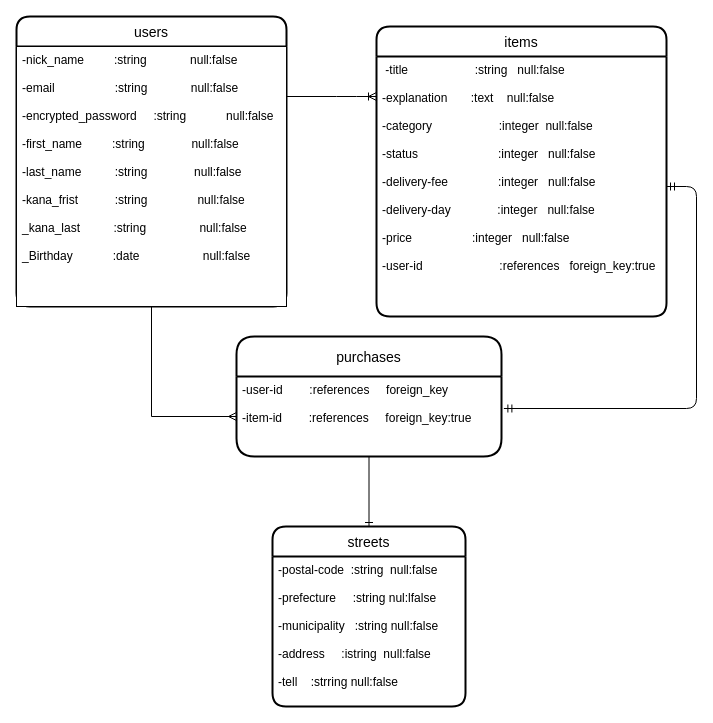
This is furima.dio from bloom-dream36/furima-32088, a draw.io file, before an edit. Source tidied: cells renumbered, new cells numbered last; positions are measured from the earlier drawing's top-left corner, leaving out a move shared by most shapes. Both pictures are drawn from the tidied source at 100%, with x=0, y=0 at pixel (16, 16).
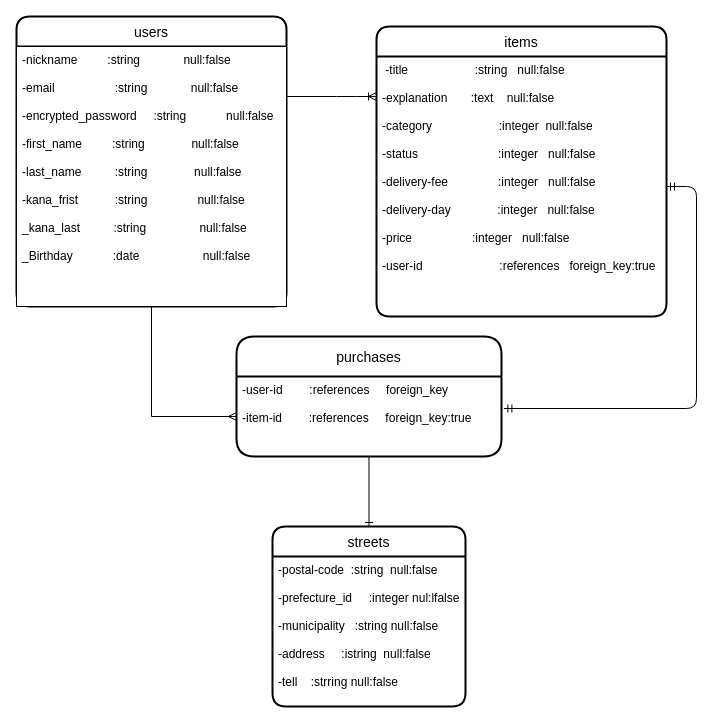
After the change.

Commit message (it also covers changes not shown here):
データベース　active_hash関連 修正

What changed in the source:
```diff
@@
 <mxGraphModel>
   <root>
     <mxCell id="0" />
     <mxCell id="1" parent="0" />
     <mxCell id="2" style="edgeStyle=orthogonalEdgeStyle;rounded=0;jettySize=auto;html=1;exitX=0.5;exitY=1;exitDx=0;exitDy=0;entryX=0;entryY=0.5;entryDx=0;entryDy=0;endArrow=ERmany;endFill=0;" parent="1" edge="1" source="6" target="11">
       <mxGeometry relative="1" as="geometry" />
     </mxCell>
     <mxCell id="3" style="edgeStyle=entityRelationEdgeStyle;fontSize=12;html=1;endArrow=ERoneToMany;" parent="1" edge="1">
       <mxGeometry relative="1" as="geometry">
         <mxPoint x="170" y="80" as="sourcePoint" />
         <mxPoint x="360" y="80" as="targetPoint" />
       </mxGeometry>
     </mxCell>
     <mxCell id="4" style="edgeStyle=entityRelationEdgeStyle;fontSize=12;html=1;endArrow=ERmandOne;startArrow=ERmandOne;exitX=1.009;exitY=0.4;exitDx=0;exitDy=0;exitPerimeter=0;" parent="1" edge="1" source="11" target="9">
       <mxGeometry relative="1" as="geometry" />
     </mxCell>
     <mxCell id="5" style="edgeStyle=orthogonalEdgeStyle;rounded=0;jettySize=auto;html=1;exitX=0.5;exitY=1;exitDx=0;exitDy=0;entryX=0.5;entryY=0;entryDx=0;entryDy=0;endArrow=ERone;endFill=0;" parent="1" edge="1" source="11" target="12">
       <mxGeometry relative="1" as="geometry" />
     </mxCell>
     <mxCell id="6" value="users" style="swimlane;horizontal=1;startSize=30;rounded=1;fontSize=14;fontStyle=0;strokeWidth=2;shadow=0;dashed=0;align=center;" parent="1" vertex="1">
       <mxGeometry width="270" height="290" as="geometry" />
     </mxCell>
-    <mxCell id="7" value="-nick_name         :string             null:false  &#10;&#10;-email                  :string             null:false&#10;&#10;-encrypted_password     :string            null:false&#10;&#10;-first_name         :string              null:false&#10;&#10;-last_name          :string              null:false&#10;&#10;-kana_frist           :string               null:false&#10;&#10;_kana_last          :string                null:false&#10; &#10;_Birthday            :date                   null:false&#10;&#10;&#10;&#10;&#10;&#10;&#10;" style="align=left;spacingLeft=4;fontSize=12;verticalAlign=top;" parent="6" vertex="1">
+    <mxCell id="7" value="-nickname         :string             null:false  &#10;&#10;-email                  :string             null:false&#10;&#10;-encrypted_password     :string            null:false&#10;&#10;-first_name         :string              null:false&#10;&#10;-last_name          :string              null:false&#10;&#10;-kana_frist           :string               null:false&#10;&#10;_kana_last          :string                null:false&#10; &#10;_Birthday            :date                   null:false&#10;&#10;&#10;&#10;&#10;&#10;&#10;" style="align=left;spacingLeft=4;fontSize=12;verticalAlign=top;" parent="6" vertex="1">
       <mxGeometry y="30" width="270" height="260" as="geometry" />
     </mxCell>
     <mxCell id="8" value="items" style="swimlane;horizontal=1;startSize=30;rounded=1;fontSize=14;fontStyle=0;strokeWidth=2;shadow=0;dashed=0;align=center;" parent="1" vertex="1">
       <mxGeometry x="360" y="10" width="290" height="290" as="geometry" />
     </mxCell>
     <mxCell id="9" value=" -title                    :string   null:false&#10;&#10;-explanation       :text    null:false&#10;&#10;-category                    :integer  null:false&#10;&#10;-status                        :integer   null:false&#10;&#10;-delivery-fee               :integer   null:false&#10;&#10;-delivery-day              :integer   null:false&#10;&#10;-price                  :integer   null:false&#10;&#10;-user-id                       :references   foreign_key:true&#10;" style="align=left;strokeColor=none;fillColor=none;spacingLeft=4;fontSize=12;verticalAlign=top;" parent="8" vertex="1">
       <mxGeometry y="30" width="290" height="260" as="geometry" />
     </mxCell>
     <mxCell id="10" value="purchases" style="swimlane;horizontal=1;startSize=40;rounded=1;fontSize=14;fontStyle=0;strokeWidth=2;shadow=0;dashed=0;align=center;" parent="1" vertex="1">
       <mxGeometry x="220" y="320" width="265" height="120" as="geometry" />
     </mxCell>
     <mxCell id="11" value="-user-id        :references     foreign_key&#10;&#10;-item-id        :references     foreign_key:true&#10;&#10;" style="align=left;strokeColor=none;fillColor=none;spacingLeft=4;fontSize=12;verticalAlign=top;" parent="10" vertex="1">
       <mxGeometry y="40" width="265" height="80" as="geometry" />
     </mxCell>
     <mxCell id="12" value="streets" style="swimlane;horizontal=1;startSize=30;rounded=1;fontSize=14;fontStyle=0;strokeWidth=2;shadow=0;dashed=0;align=center;" parent="1" vertex="1">
       <mxGeometry x="256" y="510" width="193" height="180" as="geometry" />
     </mxCell>
-    <mxCell id="13" value="-postal-code  :string  null:false&#10;&#10;-prefecture     :string nul:lfalse&#10;&#10;-municipality   :string null:false&#10;&#10;-address     :istring  null:false&#10;&#10;-tell    :strring null:false" style="align=left;strokeColor=none;fillColor=none;spacingLeft=4;fontSize=12;verticalAlign=top;" parent="12" vertex="1">
+    <mxCell id="13" value="-postal-code  :string  null:false&#10;&#10;-prefecture_id     :integer nul:lfalse&#10;&#10;-municipality   :string null:false&#10;&#10;-address     :istring  null:false&#10;&#10;-tell    :strring null:false" style="align=left;strokeColor=none;fillColor=none;spacingLeft=4;fontSize=12;verticalAlign=top;" parent="12" vertex="1">
       <mxGeometry y="30" width="193" height="150" as="geometry" />
     </mxCell>
   </root>
 </mxGraphModel>
```
